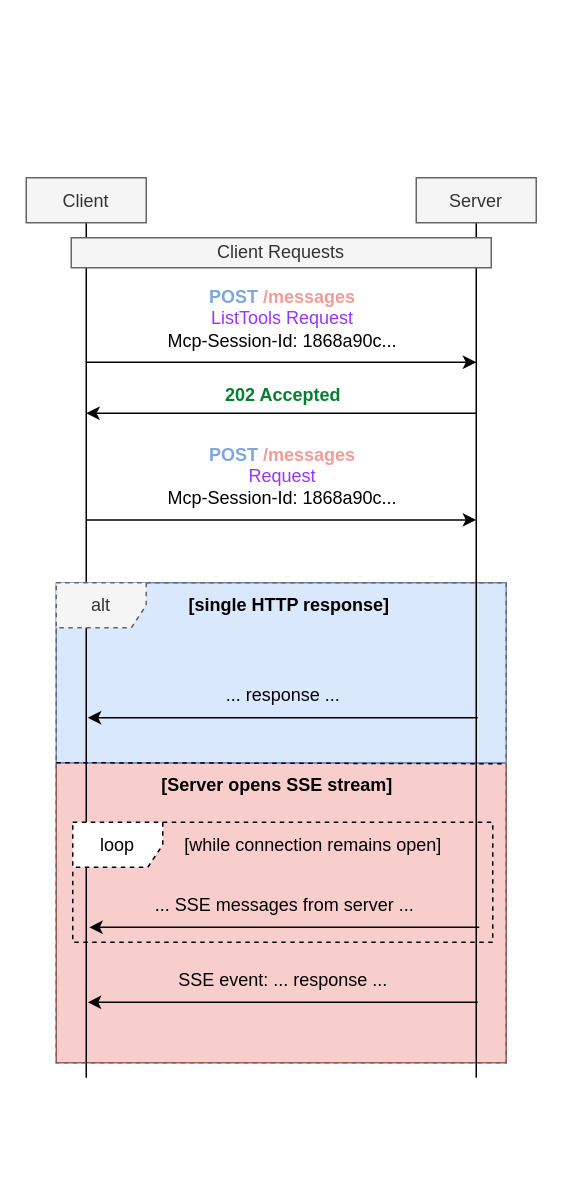
mixa2130/mcp_tutorial keeps this draw.io diagram as diagrams/sse_client_server_communication.drawio. Above is the earlier version. Source tidied: cells renumbered, new cells numbered last; positions are measured from the earlier drawing's top-left corner, leaving out a move shared by most shapes. Both pictures are drawn from the tidied source at 150%, with x=0, y=0 at pixel (26, 177).
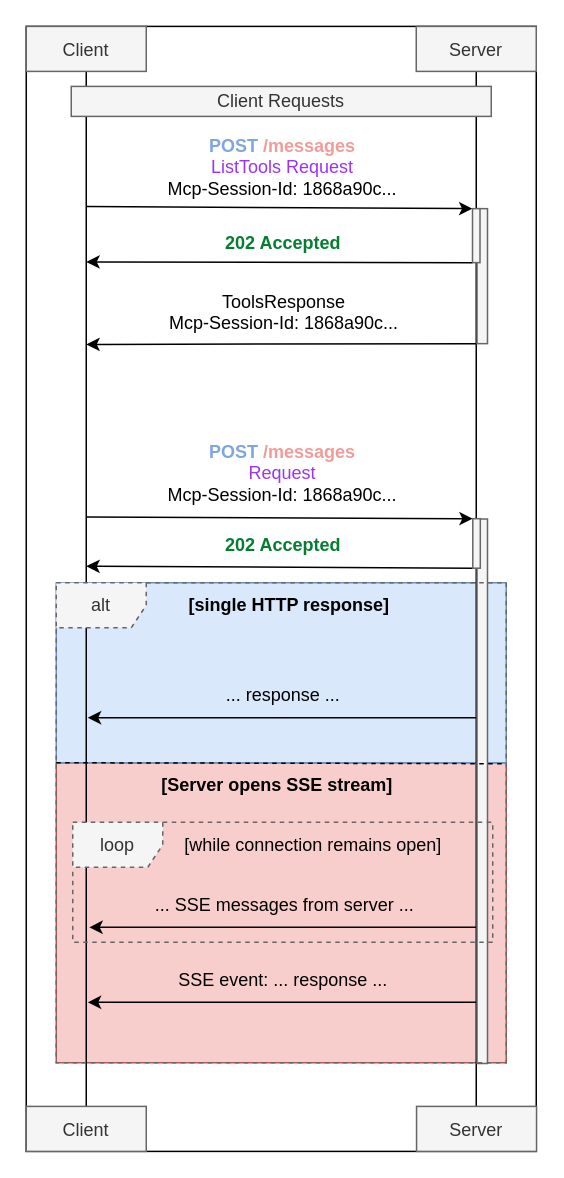
Above is the later version.

Unchanged cells that the change refers to:
```xml
<mxCell id="24" value="alt" style="shape=umlFrame;whiteSpace=wrap;html=1;dashed=1;fillColor=#f5f5f5;fontColor=#333333;strokeColor=#666666;" parent="1" vertex="1">
  <mxGeometry x="20" y="270" width="300" height="320" as="geometry" />
</mxCell>
```

Diff of the diagram source:
```diff
@@
+    <mxCell id="27" style="rounded=0;whiteSpace=wrap;html=1;fillColor=none;" parent="1" vertex="1">
+      <mxGeometry y="-100.9" width="340" height="750" as="geometry" />
+    </mxCell>
@@
     <mxCell id="4" style="edgeStyle=orthogonalEdgeStyle;rounded=0;jettySize=auto;html=1;endArrow=none;endFill=1;startFill=0;" parent="1" edge="1" source="5">
       <mxGeometry relative="1" as="geometry">
-        <mxPoint x="40" y="600" as="targetPoint" />
+        <mxPoint x="40" y="619.1" as="targetPoint" />
       </mxGeometry>
     </mxCell>
     <mxCell id="5" value="Client" style="shape=rectangle;fillColor=#f5f5f5;fontColor=#333333;strokeColor=#666666;" parent="1" vertex="1">
-      <mxGeometry width="80" height="30" as="geometry" />
+      <mxGeometry y="-100.9" width="80" height="30" as="geometry" />
     </mxCell>
     <mxCell id="6" style="edgeStyle=orthogonalEdgeStyle;rounded=0;jettySize=auto;html=1;endArrow=none;startFill=0;" parent="1" edge="1" source="7">
       <mxGeometry relative="1" as="geometry">
-        <mxPoint x="300" y="600" as="targetPoint" />
+        <mxPoint x="300" y="619.1" as="targetPoint" />
       </mxGeometry>
     </mxCell>
     <mxCell id="7" value="Server" style="shape=rectangle;fillColor=#f5f5f5;fontColor=#333333;strokeColor=#666666;" parent="1" vertex="1">
-      <mxGeometry x="260" width="80" height="30" as="geometry" />
+      <mxGeometry x="260" y="-100.9" width="80" height="30" as="geometry" />
     </mxCell>
     <mxCell id="8" value="Client Requests" style="rounded=0;whiteSpace=wrap;html=1;fillColor=#f5f5f5;fontColor=#333333;strokeColor=#666666;" parent="1" vertex="1">
-      <mxGeometry x="30" y="40" width="280" height="20" as="geometry" />
+      <mxGeometry x="30" y="-60.9" width="280" height="20" as="geometry" />
     </mxCell>
-    <mxCell id="9" style="endArrow=classic;html=1;rounded=0;" parent="1" edge="1">
-      <mxGeometry relative="1" as="geometry">
-        <mxPoint x="40" y="123" as="sourcePoint" />
-        <mxPoint x="300" y="123" as="targetPoint" />
-      </mxGeometry>
-    </mxCell>
     <mxCell id="10" value="&lt;span style=&quot;font-family: Helvetica; font-size: 12px; font-style: normal; font-variant-ligatures: normal; font-variant-caps: normal; letter-spacing: normal; orphans: 2; text-indent: 0px; text-transform: none; widows: 2; word-spacing: 0px; -webkit-text-stroke-width: 0px; white-space: normal; text-decoration-thickness: initial; text-decoration-style: initial; text-decoration-color: initial; float: none; display: inline !important;&quot;&gt;&lt;font style=&quot;color: rgb(126, 166, 224);&quot;&gt;&lt;b style=&quot;&quot;&gt;POST&lt;/b&gt;&lt;/font&gt;&lt;/span&gt;&lt;span style=&quot;color: rgb(0, 0, 0); font-family: Helvetica; font-size: 12px; font-style: normal; font-variant-ligatures: normal; font-variant-caps: normal; font-weight: 400; letter-spacing: normal; orphans: 2; text-indent: 0px; text-transform: none; widows: 2; word-spacing: 0px; -webkit-text-stroke-width: 0px; white-space: normal; text-decoration-thickness: initial; text-decoration-style: initial; text-decoration-color: initial; float: none; display: inline !important;&quot;&gt; &lt;/span&gt;&lt;span style=&quot;font-family: Helvetica; font-size: 12px; font-style: normal; font-variant-ligatures: normal; font-variant-caps: normal; letter-spacing: normal; orphans: 2; text-indent: 0px; text-transform: none; widows: 2; word-spacing: 0px; -webkit-text-stroke-width: 0px; white-space: normal; text-decoration-thickness: initial; text-decoration-style: initial; text-decoration-color: initial; float: none; display: inline !important;&quot;&gt;&lt;font style=&quot;color: rgb(241, 156, 153);&quot;&gt;&lt;b style=&quot;&quot;&gt;/messages&lt;/b&gt;&lt;/font&gt;&lt;/span&gt;&lt;div&gt;&lt;span style=&quot;background-color: transparent;&quot;&gt;&lt;font style=&quot;color: rgb(153, 51, 255);&quot;&gt;ListTools Request&lt;/font&gt;&lt;/span&gt;&lt;/div&gt;&lt;div&gt;Mcp-Session-Id: 1868a90c...&lt;span style=&quot;background-color: transparent;&quot;&gt;&lt;/span&gt;&lt;/div&gt;" style="text;whiteSpace=wrap;html=1;fillColor=none;align=center;" parent="1" vertex="1">
-      <mxGeometry x="92" y="66" width="158" height="50" as="geometry" />
+      <mxGeometry x="92" y="-34.9" width="158" height="50" as="geometry" />
     </mxCell>
-    <mxCell id="11" style="endArrow=classic;html=1;rounded=0;" parent="1" edge="1">
-      <mxGeometry relative="1" as="geometry">
-        <mxPoint x="300" y="157" as="sourcePoint" />
-        <mxPoint x="40" y="157" as="targetPoint" />
-      </mxGeometry>
-    </mxCell>
     <mxCell id="12" value="&lt;font style=&quot;color: light-dark(rgb(5, 126, 50), rgb(58, 117, 107));&quot;&gt;&lt;b&gt;202 Accepted&lt;/b&gt;&lt;/font&gt;" style="text;html=1;align=center;verticalAlign=middle;strokeColor=none;fillColor=none;" parent="1" vertex="1">
-      <mxGeometry x="121" y="130" width="100" height="30" as="geometry" />
+      <mxGeometry x="121" y="29.1" width="100" height="30" as="geometry" />
     </mxCell>
-    <mxCell id="13" style="endArrow=classic;html=1;rounded=0;" parent="1" edge="1">
+    <mxCell id="13" style="endArrow=classic;html=1;rounded=0;entryX=0;entryY=1;entryDx=0;entryDy=0;" parent="1" edge="1" target="33">
       <mxGeometry relative="1" as="geometry">
-        <mxPoint x="40" y="228.1" as="sourcePoint" />
-        <mxPoint x="300" y="228.1" as="targetPoint" />
+        <mxPoint x="40" y="226.1" as="sourcePoint" />
       </mxGeometry>
     </mxCell>
     <mxCell id="14" value="&lt;span style=&quot;font-family: Helvetica; font-size: 12px; font-style: normal; font-variant-ligatures: normal; font-variant-caps: normal; letter-spacing: normal; orphans: 2; text-indent: 0px; text-transform: none; widows: 2; word-spacing: 0px; -webkit-text-stroke-width: 0px; white-space: normal; text-decoration-thickness: initial; text-decoration-style: initial; text-decoration-color: initial; float: none; display: inline !important;&quot;&gt;&lt;font style=&quot;color: rgb(126, 166, 224);&quot;&gt;&lt;b style=&quot;&quot;&gt;POST&lt;/b&gt;&lt;/font&gt;&lt;/span&gt;&lt;span style=&quot;color: rgb(0, 0, 0); font-family: Helvetica; font-size: 12px; font-style: normal; font-variant-ligatures: normal; font-variant-caps: normal; font-weight: 400; letter-spacing: normal; orphans: 2; text-indent: 0px; text-transform: none; widows: 2; word-spacing: 0px; -webkit-text-stroke-width: 0px; white-space: normal; text-decoration-thickness: initial; text-decoration-style: initial; text-decoration-color: initial; float: none; display: inline !important;&quot;&gt; &lt;/span&gt;&lt;span style=&quot;font-family: Helvetica; font-size: 12px; font-style: normal; font-variant-ligatures: normal; font-variant-caps: normal; letter-spacing: normal; orphans: 2; text-indent: 0px; text-transform: none; widows: 2; word-spacing: 0px; -webkit-text-stroke-width: 0px; white-space: normal; text-decoration-thickness: initial; text-decoration-style: initial; text-decoration-color: initial; float: none; display: inline !important;&quot;&gt;&lt;font style=&quot;color: rgb(241, 156, 153);&quot;&gt;&lt;b style=&quot;&quot;&gt;/messages&lt;/b&gt;&lt;/font&gt;&lt;/span&gt;&lt;div&gt;&lt;span style=&quot;background-color: transparent;&quot;&gt;&lt;font style=&quot;color: rgb(153, 51, 255);&quot;&gt;Request&lt;/font&gt;&lt;/span&gt;&lt;/div&gt;&lt;div&gt;Mcp-Session-Id: 1868a90c...&lt;span style=&quot;background-color: transparent;&quot;&gt;&lt;/span&gt;&lt;/div&gt;" style="text;whiteSpace=wrap;html=1;fillColor=none;align=center;" parent="1" vertex="1">
-      <mxGeometry x="92" y="171.1" width="158" height="50" as="geometry" />
+      <mxGeometry x="92" y="169.1" width="158" height="50" as="geometry" />
     </mxCell>
@@
-    <mxCell id="16" value="... response ..." style="text;html=1;align=center;verticalAlign=middle;strokeColor=none;fillColor=none;" parent="1" vertex="1">
+    <mxCell id="16" value="&lt;font&gt;... response ...&lt;/font&gt;" style="text;html=1;align=center;verticalAlign=middle;strokeColor=none;fillColor=none;" parent="1" vertex="1">
       <mxGeometry x="121" y="330" width="100" height="30" as="geometry" />
     </mxCell>
@@
-    <mxCell id="19" value="loop" style="shape=umlFrame;whiteSpace=wrap;html=1;dashed=1;" parent="1" vertex="1">
-      <mxGeometry x="31" y="429.7" width="280" height="80" as="geometry" />
-    </mxCell>
@@
+    <mxCell id="26" value="&lt;b&gt;[Server opens SSE stream]&lt;/b&gt;" style="text;html=1;align=center;verticalAlign=middle;strokeColor=none;fillColor=none;" parent="1" vertex="1">
+      <mxGeometry x="77" y="390" width="180" height="30" as="geometry" />
+    </mxCell>
+    <mxCell id="28" value="Client" style="shape=rectangle;fillColor=#f5f5f5;fontColor=#333333;strokeColor=#666666;" parent="1" vertex="1">
+      <mxGeometry y="619.1" width="80" height="30" as="geometry" />
+    </mxCell>
+    <mxCell id="29" value="Server" style="shape=rectangle;fillColor=#f5f5f5;fontColor=#333333;strokeColor=#666666;" parent="1" vertex="1">
+      <mxGeometry x="260.2" y="619.1" width="80" height="30" as="geometry" />
+    </mxCell>
+    <mxCell id="9" style="endArrow=classic;html=1;rounded=0;entryX=0;entryY=1;entryDx=0;entryDy=0;" parent="1" edge="1" target="37">
+      <mxGeometry relative="1" as="geometry">
+        <mxPoint x="40" y="19.1" as="sourcePoint" />
+      </mxGeometry>
+    </mxCell>
+    <mxCell id="11" style="endArrow=classic;html=1;rounded=0;exitX=1;exitY=1;exitDx=0;exitDy=0;" parent="1" edge="1" source="37">
+      <mxGeometry relative="1" as="geometry">
+        <mxPoint x="40" y="56.1" as="targetPoint" />
+      </mxGeometry>
+    </mxCell>
+    <mxCell id="30" value="&lt;font style=&quot;color: light-dark(rgb(5, 126, 50), rgb(58, 117, 107));&quot;&gt;&lt;b&gt;202 Accepted&lt;/b&gt;&lt;/font&gt;" style="text;html=1;align=center;verticalAlign=middle;strokeColor=none;fillColor=none;" parent="1" vertex="1">
+      <mxGeometry x="121" y="230" width="100" height="30" as="geometry" />
+    </mxCell>
+    <mxCell id="31" style="endArrow=classic;html=1;rounded=0;exitX=1;exitY=1;exitDx=0;exitDy=0;" parent="1" edge="1" source="33">
+      <mxGeometry relative="1" as="geometry">
+        <mxPoint x="40" y="259" as="targetPoint" />
+      </mxGeometry>
+    </mxCell>
+    <mxCell id="32" style="rounded=0;whiteSpace=wrap;html=1;fillColor=#f5f5f5;fontColor=#333333;strokeColor=#666666;rotation=90;" parent="1" vertex="1">
+      <mxGeometry x="122.5" y="405.5" width="363" height="7" as="geometry" />
+    </mxCell>
+    <mxCell id="33" style="rounded=0;whiteSpace=wrap;html=1;fillColor=#f5f5f5;fontColor=#333333;strokeColor=#666666;rotation=90;" parent="1" vertex="1">
+      <mxGeometry x="283.7" y="241.3" width="33" height="5" as="geometry" />
+    </mxCell>
+    <mxCell id="19" value="loop" style="shape=umlFrame;whiteSpace=wrap;html=1;dashed=1;fillColor=#f5f5f5;fontColor=#333333;strokeColor=#666666;" parent="1" vertex="1">
+      <mxGeometry x="31" y="429.7" width="280" height="80" as="geometry" />
+    </mxCell>
+    <mxCell id="25" style="endArrow=none;html=1;rounded=0;endFill=1;startFill=0;dashed=1;entryX=0.998;entryY=0.377;entryDx=0;entryDy=0;entryPerimeter=0;" parent="1" edge="1" target="24">
+      <mxGeometry relative="1" as="geometry">
+        <mxPoint x="20" y="390" as="sourcePoint" />
+      </mxGeometry>
+    </mxCell>
@@
-    <mxCell id="25" style="endArrow=none;html=1;rounded=0;endFill=1;startFill=0;dashed=1;entryX=0.998;entryY=0.377;entryDx=0;entryDy=0;entryPerimeter=0;" parent="1" edge="1" target="24">
-      <mxGeometry relative="1" as="geometry">
-        <mxPoint x="20" y="390" as="sourcePoint" />
-      </mxGeometry>
-    </mxCell>
-    <mxCell id="26" value="&lt;b&gt;[Server opens SSE stream]&lt;/b&gt;" style="text;html=1;align=center;verticalAlign=middle;strokeColor=none;fillColor=none;" parent="1" vertex="1">
-      <mxGeometry x="77" y="390" width="180" height="30" as="geometry" />
-    </mxCell>
+    <mxCell id="34" value="&lt;font style=&quot;color: rgb(154, 199, 191);&quot;&gt;&lt;span style=&quot;font-family: Helvetica; font-size: 12px; font-style: normal; font-variant-ligatures: normal; font-variant-caps: normal; font-weight: 400; letter-spacing: normal; orphans: 2; text-indent: 0px; text-transform: none; widows: 2; word-spacing: 0px; -webkit-text-stroke-width: 0px; white-space: normal; text-decoration-thickness: initial; text-decoration-style: initial; text-decoration-color: initial; float: none; display: inline !important; color: rgb(0, 0, 0);&quot;&gt;ToolsResponse&lt;/span&gt;&lt;br style=&quot;forced-color-adjust: none; font-family: Helvetica; font-size: 12px; font-style: normal; font-variant-ligatures: normal; font-variant-caps: normal; font-weight: 400; letter-spacing: normal; orphans: 2; text-indent: 0px; text-transform: none; widows: 2; word-spacing: 0px; -webkit-text-stroke-width: 0px; white-space: normal; text-decoration-thickness: initial; text-decoration-style: initial; text-decoration-color: initial; color: rgb(0, 0, 0);&quot;&gt;&lt;span style=&quot;font-family: Helvetica; font-size: 12px; font-style: normal; font-variant-ligatures: normal; font-variant-caps: normal; font-weight: 400; letter-spacing: normal; orphans: 2; text-indent: 0px; text-transform: none; widows: 2; word-spacing: 0px; -webkit-text-stroke-width: 0px; white-space: normal; text-decoration-thickness: initial; text-decoration-style: initial; text-decoration-color: initial; float: none; display: inline !important; color: rgb(0, 0, 0);&quot;&gt;Mcp-Session-Id: 1868a90c...&lt;/span&gt;&lt;/font&gt;&lt;div&gt;&lt;br&gt;&lt;/div&gt;" style="text;whiteSpace=wrap;html=1;align=center;" parent="1" vertex="1">
+      <mxGeometry x="92" y="69.1" width="160" height="44" as="geometry" />
+    </mxCell>
+    <mxCell id="35" style="endArrow=classic;html=1;rounded=0;exitX=1;exitY=1;exitDx=0;exitDy=0;" parent="1" edge="1" source="36">
+      <mxGeometry relative="1" as="geometry">
+        <mxPoint x="40" y="111.1" as="targetPoint" />
+      </mxGeometry>
+    </mxCell>
+    <mxCell id="36" style="rounded=0;whiteSpace=wrap;html=1;fillColor=#f5f5f5;fontColor=#333333;strokeColor=#666666;rotation=90;" parent="1" vertex="1">
+      <mxGeometry x="259" y="62.1" width="90" height="7" as="geometry" />
+    </mxCell>
+    <mxCell id="37" style="rounded=0;whiteSpace=wrap;html=1;fillColor=#f5f5f5;fontColor=#333333;strokeColor=#666666;rotation=90;" parent="1" vertex="1">
+      <mxGeometry x="282" y="36.1" width="36" height="5" as="geometry" />
+    </mxCell>
```
